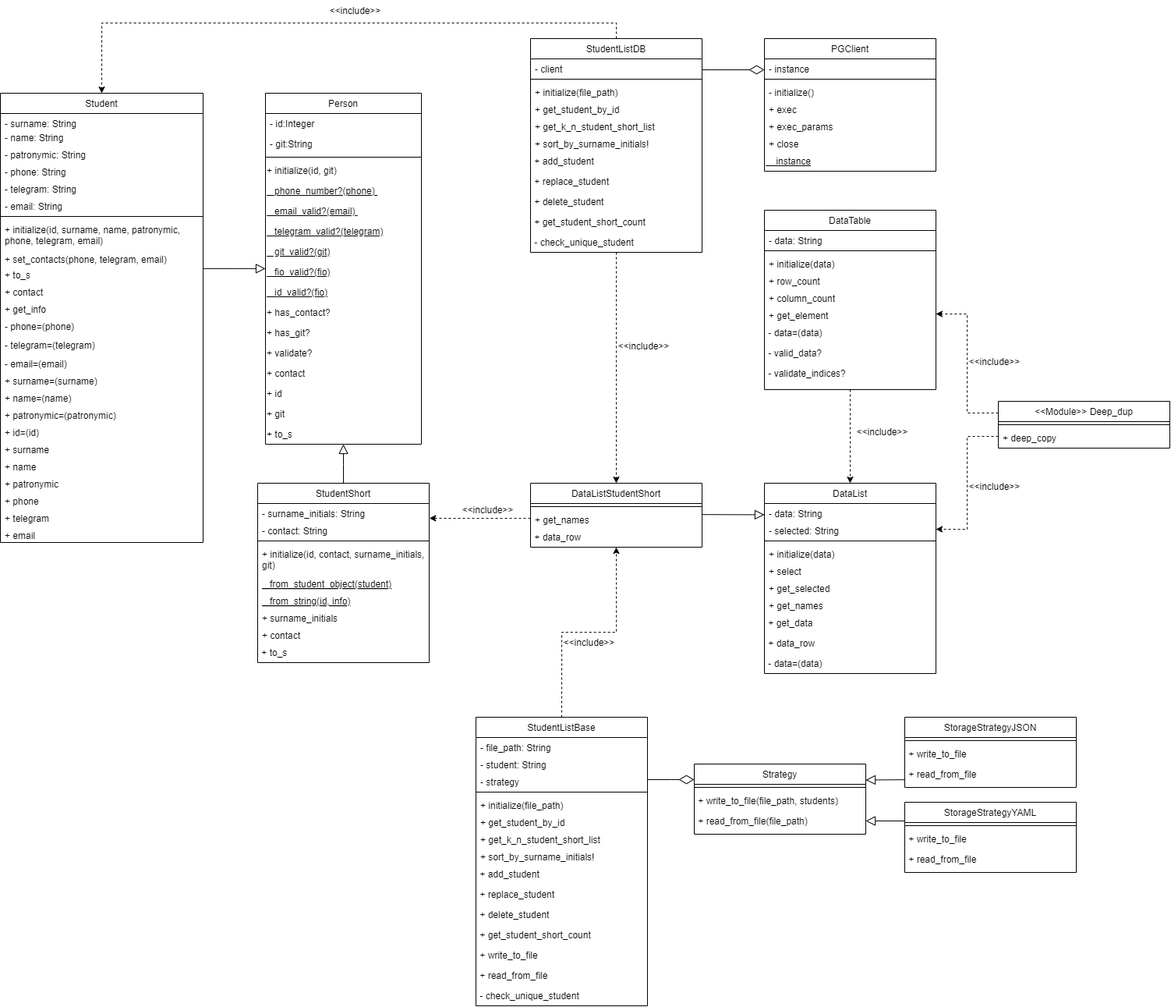
Before: student/resources/diagram/class_diagram.drawio.png, a diagram exported from draw.io (MoiBeTeroK/design_patterns). Source tidied: cells renumbered, new cells last; positions are measured from the earlier drawing's top-left corner, leaving out a move shared by most shapes.
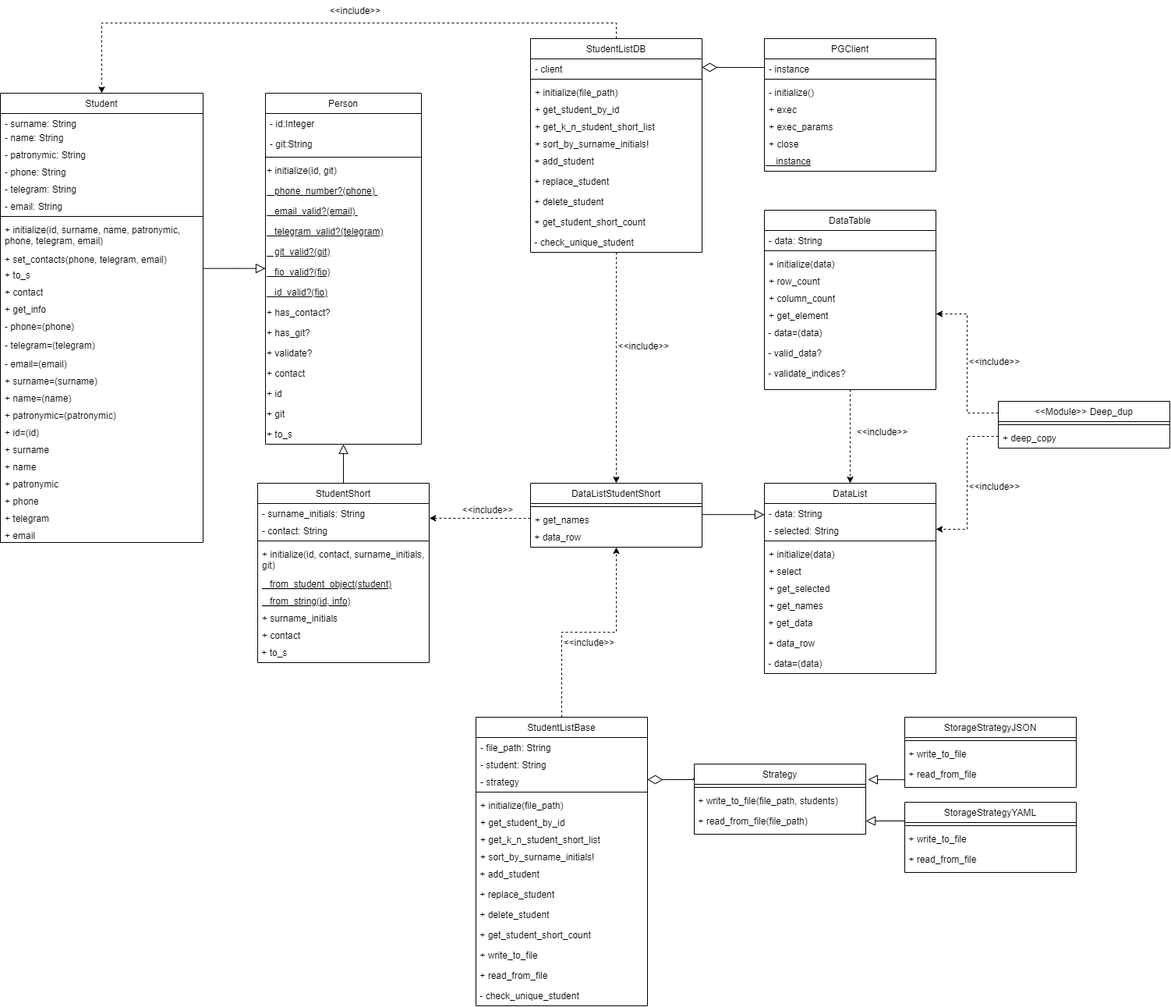
After the commit.

Commit message:
fix:change class diagram

Change to the diagram source:
```diff
@@ -356,9 +356,12 @@
     <mxCell id="118" value=" + read_from_file" style="text;whiteSpace=wrap;" parent="115" vertex="1">
       <mxGeometry y="60" width="220" height="26" as="geometry" />
     </mxCell>
-    <mxCell id="119" style="endArrow=block;endSize=10;endFill=0;shadow=0;strokeWidth=1;rounded=0;curved=0;edgeStyle=elbowEdgeStyle;elbow=vertical;exitX=0;exitY=0.5;exitDx=0;exitDy=0;entryX=1;entryY=0.25;entryDx=0;entryDy=0;" parent="1" edge="1" target="123">
+    <mxCell id="119" style="endArrow=block;endSize=10;endFill=0;shadow=0;strokeWidth=1;rounded=0;curved=0;edgeStyle=elbowEdgeStyle;elbow=vertical;exitX=0;exitY=0.5;exitDx=0;exitDy=0;entryX=1.013;entryY=0.231;entryDx=0;entryDy=0;entryPerimeter=0;" parent="1" edge="1" target="123">
       <mxGeometry relative="1" as="geometry">
         <mxPoint x="1160" y="1000.2" as="sourcePoint" />
+        <Array as="points">
+          <mxPoint x="1140" y="1000" />
+        </Array>
       </mxGeometry>
     </mxCell>
     <mxCell id="120" style="endArrow=block;endSize=10;endFill=0;shadow=0;strokeWidth=1;rounded=0;curved=0;edgeStyle=elbowEdgeStyle;elbow=vertical;entryX=1;entryY=0.5;entryDx=0;entryDy=0;" parent="1" edge="1" target="126">
@@ -387,10 +390,9 @@
     <mxCell id="126" value=" + read_from_file(file_path)" style="text;whiteSpace=wrap;" parent="123" vertex="1">
       <mxGeometry y="60" width="220" height="26" as="geometry" />
     </mxCell>
-    <mxCell id="127" style="endArrow=diamondThin;endSize=17;endFill=0;shadow=0;strokeWidth=1;rounded=0;curved=0;edgeStyle=elbowEdgeStyle;elbow=vertical;startSize=6;targetPerimeterSpacing=0;sourcePerimeterSpacing=0;jumpSize=6;" parent="1" edge="1">
+    <mxCell id="127" style="endArrow=diamondThin;endSize=17;endFill=0;shadow=0;strokeWidth=1;rounded=0;curved=0;edgeStyle=elbowEdgeStyle;elbow=vertical;startSize=6;targetPerimeterSpacing=0;sourcePerimeterSpacing=0;jumpSize=6;exitX=-0.004;exitY=0.199;exitDx=0;exitDy=0;exitPerimeter=0;" parent="1" edge="1" source="123">
       <mxGeometry relative="1" as="geometry">
-        <mxPoint x="830" y="1000" as="sourcePoint" />
-        <mxPoint x="890" y="1000" as="targetPoint" />
+        <mxPoint x="830" y="1000" as="targetPoint" />
         <Array as="points">
           <mxPoint x="860" y="1000" />
         </Array>
@@ -456,13 +458,8 @@
     <mxCell id="147" value=" - check_unique_student" style="text;whiteSpace=wrap;" parent="136" vertex="1">
       <mxGeometry y="248" width="220" height="26" as="geometry" />
     </mxCell>
-    <mxCell id="148" style="endArrow=diamondThin;endSize=17;endFill=0;shadow=0;strokeWidth=1;rounded=0;curved=0;edgeStyle=elbowEdgeStyle;elbow=vertical;startSize=6;targetPerimeterSpacing=0;sourcePerimeterSpacing=0;jumpSize=6;exitX=1;exitY=0.5;exitDx=0;exitDy=0;" parent="1" edge="1" source="137">
-      <mxGeometry relative="1" as="geometry">
-        <mxPoint x="980" y="90" as="targetPoint" />
-        <Array as="points">
-          <mxPoint x="950" y="90" />
-        </Array>
-      </mxGeometry>
+    <mxCell id="148" style="endArrow=diamondThin;endSize=17;endFill=0;shadow=0;strokeWidth=1;rounded=0;curved=0;edgeStyle=elbowEdgeStyle;elbow=vertical;startSize=6;targetPerimeterSpacing=0;sourcePerimeterSpacing=0;jumpSize=6;exitX=0;exitY=0.5;exitDx=0;exitDy=0;entryX=1;entryY=0.5;entryDx=0;entryDy=0;" parent="1" edge="1" source="129" target="137">
+      <mxGeometry relative="1" as="geometry" />
     </mxCell>
     <mxCell id="149" style="edgeStyle=orthogonalEdgeStyle;rounded=0;jettySize=auto;html=1;entryX=0.5;entryY=0;entryDx=0;entryDy=0;dashed=1;exitX=0.5;exitY=1;exitDx=0;exitDy=0;" parent="1" edge="1" source="147" target="58">
       <mxGeometry relative="1" as="geometry" />
```
